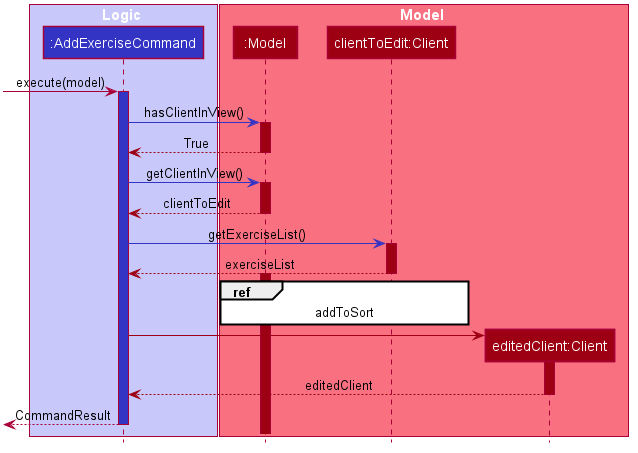
This is docs/images/AddExerciseCommandSequenceDiagram.png from tohkerwei/main, a PlantUML export, as it was before one commit.
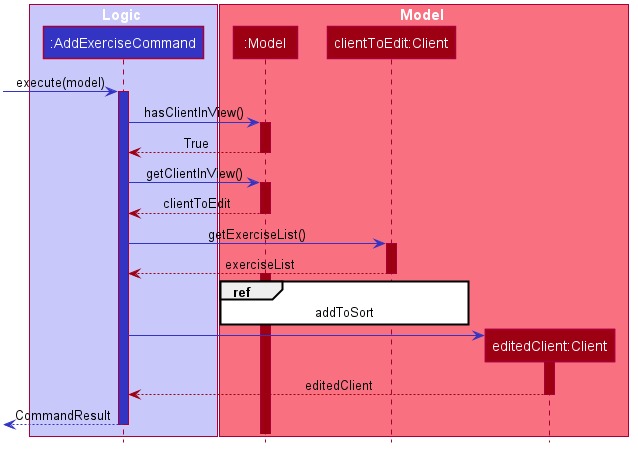
The same file after the commit.

Commit message:
fix colour of arrow

Diff of the diagram source:
```diff
@@ -58,7 +58,7 @@
     Participant "editedClient:Client" as client2 #9D0012
 end box
 
-[-> AddExerciseCommand : execute(model)
+[-[#3333C4]> AddExerciseCommand : execute(model)
 
 activate AddExerciseCommand #3333C4
 AddExerciseCommand -[#3333C4]> model : hasClientInView()
@@ -82,13 +82,13 @@
     addToSort
 end ref
 
-AddExerciseCommand -[#9D0012]> client2 **
+AddExerciseCommand -[#3333C4]> client2 **
 activate client2 #9D0012
 
 client2 --[#9D0012]> AddExerciseCommand : editedClient
 deactivate client2
 
-[<-- AddExerciseCommand : CommandResult
+[<[#3333C4]-- AddExerciseCommand : CommandResult
 deactivate AddExerciseCommand
 
 @enduml
```
